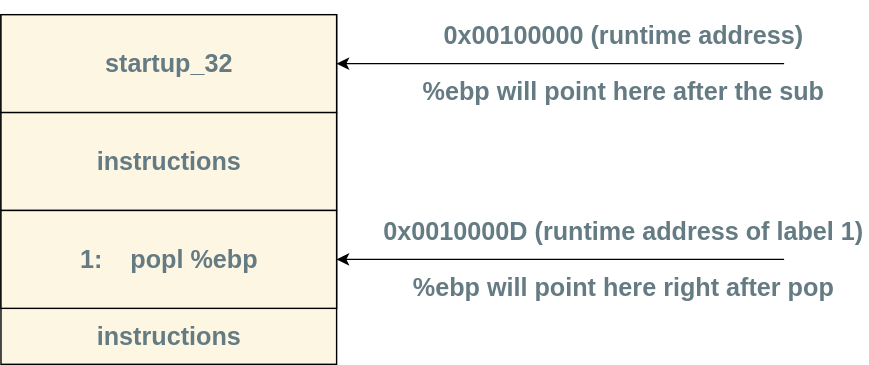
0xAX/linux-insides keeps this draw.io diagram as Booting/images/startup_32.svg. Above is the earlier version. Source tidied: cells renumbered, new cells last; positions are measured from the earlier drawing's top-left corner, leaving out a move shared by most shapes.
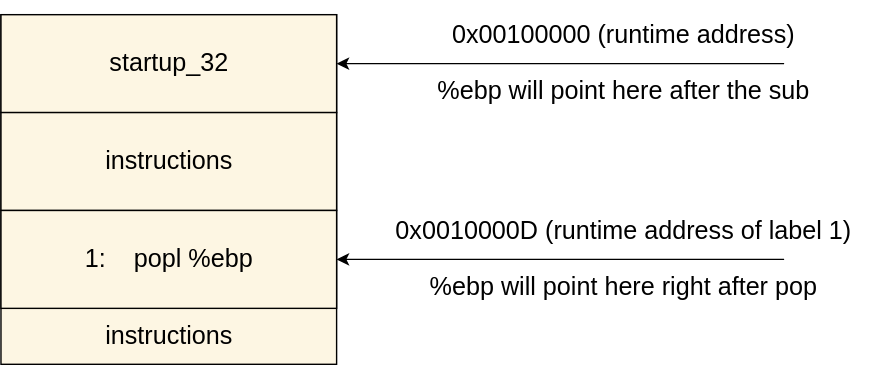
After the commit.

Diff of the diagram source:
```diff
@@ -14,16 +14,16 @@
     <mxCell id="5" style="rounded=0;whiteSpace=wrap;html=1;fillColor=#FDF6E3;" parent="1" vertex="1">
       <mxGeometry y="140" width="240" height="70" as="geometry" />
     </mxCell>
-    <mxCell id="6" value="&lt;b style=&quot;color: rgb(101, 123, 131);&quot;&gt;&lt;font style=&quot;font-size: 18px;&quot;&gt;startup_32&lt;/font&gt;&lt;/b&gt;" style="text;html=1;align=center;verticalAlign=middle;whiteSpace=wrap;rounded=0;" parent="1" vertex="1">
+    <mxCell id="6" value="startup_32" style="text;align=center;verticalAlign=middle;rounded=0;html=0;fontSize=18;fontFamily=Helvetica;fontColor=#000000;" parent="1" vertex="1">
       <mxGeometry x="45" y="20" width="150" height="30" as="geometry" />
     </mxCell>
-    <mxCell id="7" value="&lt;b style=&quot;color: rgb(101, 123, 131);&quot;&gt;&lt;font style=&quot;font-size: 18px;&quot;&gt;instructions&lt;/font&gt;&lt;/b&gt;" style="text;html=1;align=center;verticalAlign=middle;whiteSpace=wrap;rounded=0;" parent="1" vertex="1">
+    <mxCell id="7" value="instructions" style="text;align=center;verticalAlign=middle;rounded=0;html=0;fontSize=18;fontFamily=Helvetica;fontColor=#000000;" parent="1" vertex="1">
       <mxGeometry x="45" y="90" width="150" height="30" as="geometry" />
     </mxCell>
-    <mxCell id="8" value="&lt;font style=&quot;font-size: 18px; color: rgb(101, 123, 131);&quot;&gt;&lt;b&gt;1:&amp;nbsp; &amp;nbsp; popl %ebp&lt;/b&gt;&lt;/font&gt;" style="text;html=1;align=center;verticalAlign=middle;whiteSpace=wrap;rounded=0;" parent="1" vertex="1">
+    <mxCell id="8" value="1:    popl %ebp" style="text;align=center;verticalAlign=middle;rounded=0;html=0;fontSize=18;fontFamily=Helvetica;fontColor=#000000;" parent="1" vertex="1">
       <mxGeometry x="45" y="160" width="150" height="30" as="geometry" />
     </mxCell>
-    <mxCell id="9" value="&lt;font style=&quot;font-size: 18px; color: rgb(101, 123, 131);&quot;&gt;&lt;b&gt;instructions&lt;/b&gt;&lt;/font&gt;" style="text;html=1;align=center;verticalAlign=middle;whiteSpace=wrap;rounded=0;" parent="1" vertex="1">
+    <mxCell id="9" value="instructions" style="text;align=center;verticalAlign=middle;rounded=0;html=0;fontSize=18;fontFamily=Helvetica;fontColor=#000000;" parent="1" vertex="1">
       <mxGeometry x="45" y="215" width="150" height="30" as="geometry" />
     </mxCell>
     <mxCell id="10" style="endArrow=classic;html=1;rounded=0;entryX=1;entryY=0.5;entryDx=0;entryDy=0;" parent="1" edge="1" target="3">
@@ -36,16 +36,16 @@
         <mxPoint x="560" y="175" as="sourcePoint" />
       </mxGeometry>
     </mxCell>
-    <mxCell id="12" value="&lt;font style=&quot;font-size: 18px; color: rgb(101, 123, 131);&quot;&gt;&lt;b&gt;0x00100000 (runtime address)&lt;/b&gt;&lt;/font&gt;" style="text;html=1;align=center;verticalAlign=middle;whiteSpace=wrap;rounded=0;" parent="1" vertex="1">
+    <mxCell id="12" value="0x00100000 (runtime address)" style="text;align=center;verticalAlign=middle;rounded=0;html=0;fontSize=18;fontFamily=Helvetica;fontColor=#000000;" parent="1" vertex="1">
       <mxGeometry x="270" width="350" height="30" as="geometry" />
     </mxCell>
-    <mxCell id="13" value="&lt;b style=&quot;color: rgb(101, 123, 131);&quot;&gt;&lt;font style=&quot;font-size: 18px;&quot;&gt;%ebp will point here after the sub&lt;/font&gt;&lt;/b&gt;" style="text;html=1;align=center;verticalAlign=middle;whiteSpace=wrap;rounded=0;" parent="1" vertex="1">
+    <mxCell id="13" value="%ebp will point here after the sub" style="text;align=center;verticalAlign=middle;rounded=0;html=0;fontSize=18;fontFamily=Helvetica;fontColor=#000000;" parent="1" vertex="1">
       <mxGeometry x="270" y="40" width="350" height="30" as="geometry" />
     </mxCell>
-    <mxCell id="14" value="&lt;font style=&quot;font-size: 18px; color: rgb(101, 123, 131);&quot;&gt;&lt;b&gt;%ebp will point here right after pop&lt;/b&gt;&lt;/font&gt;" style="text;html=1;align=center;verticalAlign=middle;whiteSpace=wrap;rounded=0;" parent="1" vertex="1">
+    <mxCell id="14" value="%ebp will point here right after pop" style="text;align=center;verticalAlign=middle;rounded=0;html=0;fontSize=18;fontFamily=Helvetica;fontColor=#000000;" parent="1" vertex="1">
       <mxGeometry x="270" y="180" width="350" height="30" as="geometry" />
     </mxCell>
-    <mxCell id="15" value="&lt;font style=&quot;font-size: 18px; color: rgb(101, 123, 131);&quot;&gt;&lt;b&gt;0x0010000D (runtime address of label 1)&lt;/b&gt;&lt;/font&gt;" style="text;html=1;align=center;verticalAlign=middle;whiteSpace=wrap;rounded=0;" parent="1" vertex="1">
+    <mxCell id="15" value="0x0010000D (runtime address of label 1)" style="text;align=center;verticalAlign=middle;rounded=0;html=0;fontSize=18;fontFamily=Helvetica;fontColor=#000000;" parent="1" vertex="1">
       <mxGeometry x="270" y="140" width="350" height="30" as="geometry" />
     </mxCell>
   </root>
```
